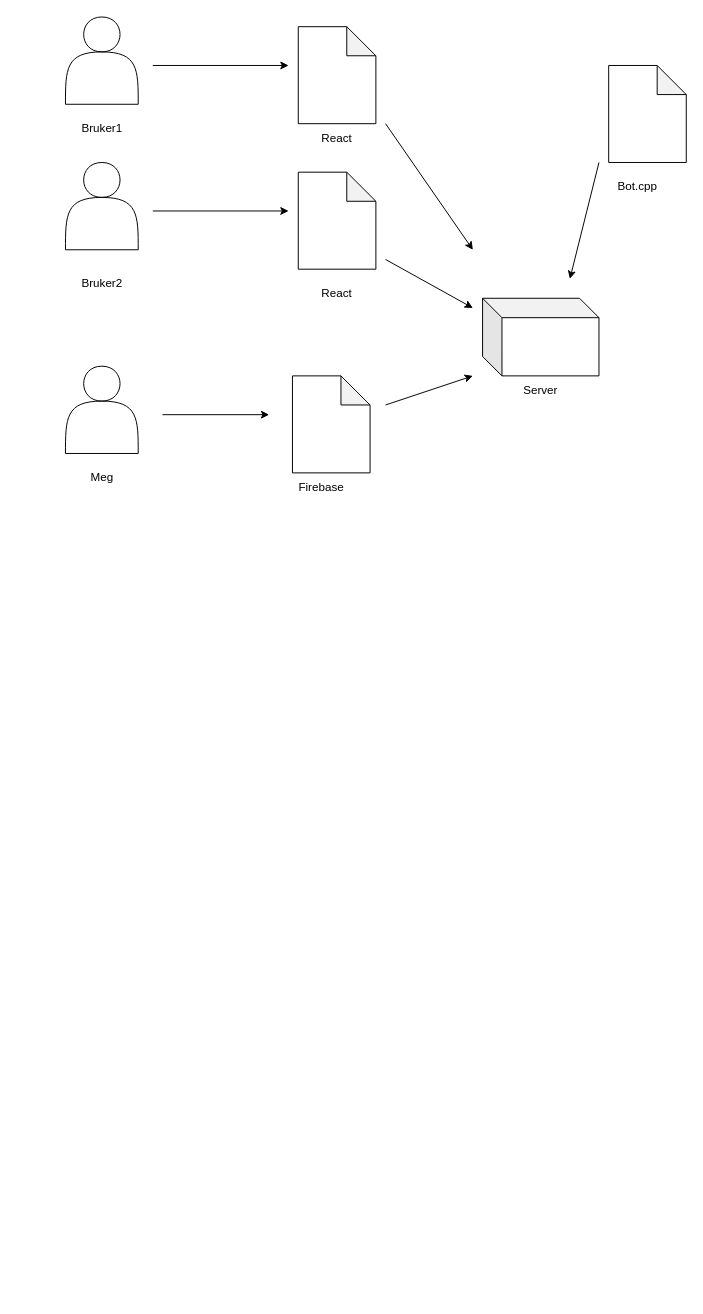
Above: first.drawio in Sikkabakka/drawing (draw.io), before the change. Source tidied: cells renumbered, new cells numbered last; positions are measured from the earlier drawing's top-left corner, leaving out a move shared by most shapes. Both pictures are drawn from the tidied source at 97%, with x=0, y=0 at pixel (65, 16).
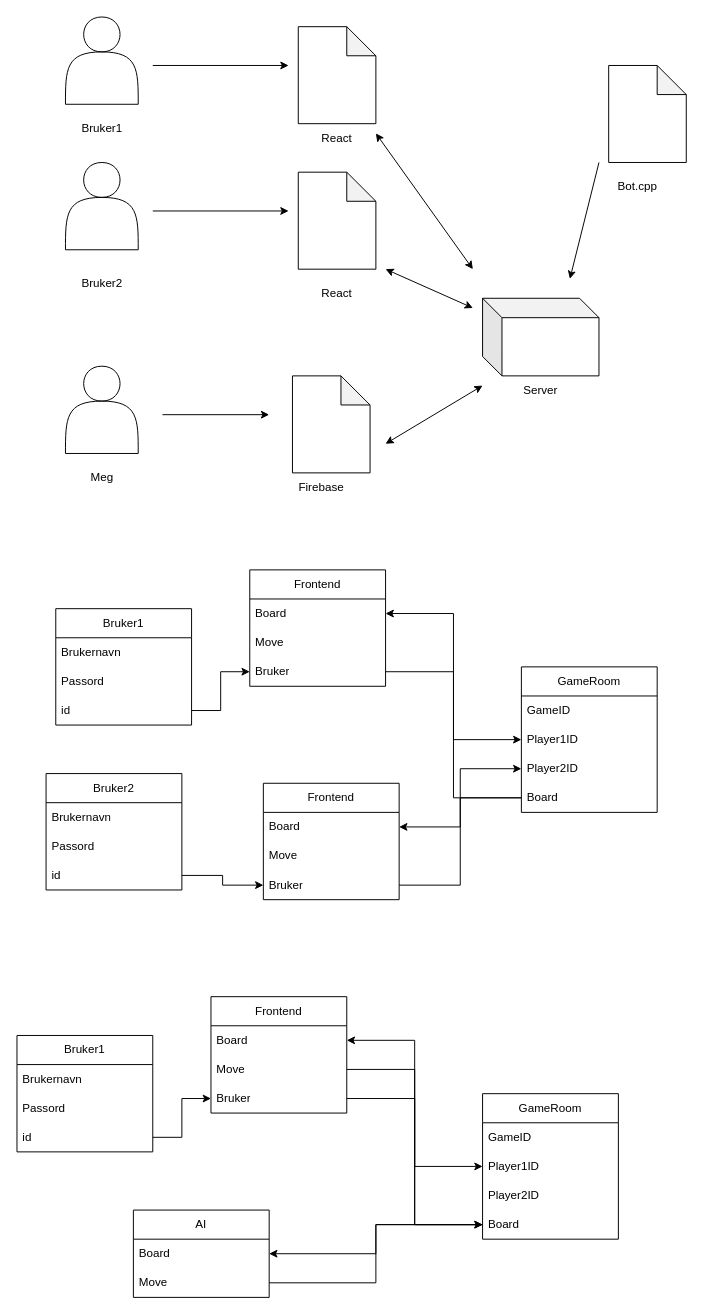
The same page after the edit.

Diff of the diagram source:
```diff
@@
-    <mxCell id="5" style="endArrow=classic;html=1;rounded=0;" parent="1" edge="1">
-      <mxGeometry relative="1" as="geometry">
-        <mxPoint x="330" y="250" as="sourcePoint" />
-        <mxPoint x="420" y="300" as="targetPoint" />
-      </mxGeometry>
-    </mxCell>
@@
-    <mxCell id="9" style="endArrow=classic;html=1;rounded=0;" parent="1" edge="1">
-      <mxGeometry relative="1" as="geometry">
-        <mxPoint x="330" y="400" as="sourcePoint" />
-        <mxPoint x="420" y="370" as="targetPoint" />
-      </mxGeometry>
-    </mxCell>
@@
-    <mxCell id="22" style="endArrow=classic;html=1;rounded=0;" parent="1" edge="1">
-      <mxGeometry relative="1" as="geometry">
-        <mxPoint x="330" y="110" as="sourcePoint" />
-        <mxPoint x="420" y="240" as="targetPoint" />
-      </mxGeometry>
-    </mxCell>
@@
+    <mxCell id="25" style="endArrow=classic;startArrow=classic;html=1;rounded=0;" parent="1" edge="1">
+      <mxGeometry relative="1" as="geometry">
+        <mxPoint x="320" y="120" as="sourcePoint" />
+        <mxPoint x="420" y="260" as="targetPoint" />
+      </mxGeometry>
+    </mxCell>
+    <mxCell id="26" style="endArrow=classic;startArrow=classic;html=1;rounded=0;" parent="1" edge="1">
+      <mxGeometry relative="1" as="geometry">
+        <mxPoint x="330" y="260" as="sourcePoint" />
+        <mxPoint x="420" y="300" as="targetPoint" />
+      </mxGeometry>
+    </mxCell>
+    <mxCell id="27" style="endArrow=classic;startArrow=classic;html=1;rounded=0;" parent="1" edge="1">
+      <mxGeometry relative="1" as="geometry">
+        <mxPoint x="330" y="440" as="sourcePoint" />
+        <mxPoint x="430" y="380" as="targetPoint" />
+      </mxGeometry>
+    </mxCell>
+    <mxCell id="28" value="Bruker1" style="swimlane;fontStyle=0;horizontal=1;startSize=30;whiteSpace=wrap;html=1;" parent="1" vertex="1">
+      <mxGeometry x="-10" y="610" width="140" height="120" as="geometry" />
+    </mxCell>
+    <mxCell id="29" value="Brukernavn" style="text;strokeColor=none;fillColor=none;align=left;verticalAlign=middle;spacingLeft=4;spacingRight=4;overflow=hidden;whiteSpace=wrap;html=1;" parent="28" vertex="1">
+      <mxGeometry y="30" width="140" height="30" as="geometry" />
+    </mxCell>
+    <mxCell id="30" value="Passord" style="text;strokeColor=none;fillColor=none;align=left;verticalAlign=middle;spacingLeft=4;spacingRight=4;overflow=hidden;whiteSpace=wrap;html=1;" parent="28" vertex="1">
+      <mxGeometry y="60" width="140" height="30" as="geometry" />
+    </mxCell>
+    <mxCell id="31" value="id" style="text;strokeColor=none;fillColor=none;align=left;verticalAlign=middle;spacingLeft=4;spacingRight=4;overflow=hidden;points=[[0,0.5],[1,0.5]];portConstraint=eastwest;whiteSpace=wrap;html=1;" parent="28" vertex="1">
+      <mxGeometry y="90" width="140" height="30" as="geometry" />
+    </mxCell>
+    <mxCell id="32" value="Bruker2" style="swimlane;fontStyle=0;horizontal=1;startSize=30;whiteSpace=wrap;html=1;" parent="1" vertex="1">
+      <mxGeometry x="-20" y="780" width="140" height="120" as="geometry" />
+    </mxCell>
+    <mxCell id="33" value="Brukernavn" style="text;strokeColor=none;fillColor=none;align=left;verticalAlign=middle;spacingLeft=4;spacingRight=4;overflow=hidden;whiteSpace=wrap;html=1;" parent="32" vertex="1">
+      <mxGeometry y="30" width="140" height="30" as="geometry" />
+    </mxCell>
+    <mxCell id="34" value="Passord" style="text;strokeColor=none;fillColor=none;align=left;verticalAlign=middle;spacingLeft=4;spacingRight=4;overflow=hidden;whiteSpace=wrap;html=1;" parent="32" vertex="1">
+      <mxGeometry y="60" width="140" height="30" as="geometry" />
+    </mxCell>
+    <mxCell id="35" value="id" style="text;strokeColor=none;fillColor=none;align=left;verticalAlign=middle;spacingLeft=4;spacingRight=4;overflow=hidden;points=[[0,0.5],[1,0.5]];portConstraint=eastwest;whiteSpace=wrap;html=1;" parent="32" vertex="1">
+      <mxGeometry y="90" width="140" height="30" as="geometry" />
+    </mxCell>
+    <mxCell id="36" value="GameRoom" style="swimlane;fontStyle=0;horizontal=1;startSize=30;whiteSpace=wrap;html=1;" parent="1" vertex="1">
+      <mxGeometry x="470" y="670" width="140" height="150" as="geometry" />
+    </mxCell>
+    <mxCell id="37" value="GameID" style="text;strokeColor=none;fillColor=none;align=left;verticalAlign=middle;spacingLeft=4;spacingRight=4;overflow=hidden;whiteSpace=wrap;html=1;" parent="36" vertex="1">
+      <mxGeometry y="30" width="140" height="30" as="geometry" />
+    </mxCell>
+    <mxCell id="38" value="Player1ID" style="text;strokeColor=none;fillColor=none;align=left;verticalAlign=middle;spacingLeft=4;spacingRight=4;overflow=hidden;points=[[0,0.5],[1,0.5]];portConstraint=eastwest;whiteSpace=wrap;html=1;" parent="36" vertex="1">
+      <mxGeometry y="60" width="140" height="30" as="geometry" />
+    </mxCell>
+    <mxCell id="39" value="Player2ID" style="text;strokeColor=none;fillColor=none;align=left;verticalAlign=middle;spacingLeft=4;spacingRight=4;overflow=hidden;points=[[0,0.5],[1,0.5]];portConstraint=eastwest;whiteSpace=wrap;html=1;" parent="36" vertex="1">
+      <mxGeometry y="90" width="140" height="30" as="geometry" />
+    </mxCell>
+    <mxCell id="40" value="Board" style="text;strokeColor=none;fillColor=none;align=left;verticalAlign=middle;spacingLeft=4;spacingRight=4;overflow=hidden;points=[[0,0.5],[1,0.5]];portConstraint=eastwest;whiteSpace=wrap;html=1;" parent="36" vertex="1">
+      <mxGeometry y="120" width="140" height="30" as="geometry" />
+    </mxCell>
+    <mxCell id="41" value="Frontend" style="swimlane;fontStyle=0;horizontal=1;startSize=30;whiteSpace=wrap;html=1;" parent="1" vertex="1">
+      <mxGeometry x="190" y="570" width="140" height="120" as="geometry" />
+    </mxCell>
+    <mxCell id="42" value="Board" style="text;strokeColor=none;fillColor=none;align=left;verticalAlign=middle;spacingLeft=4;spacingRight=4;overflow=hidden;points=[[0,0.5],[1,0.5]];portConstraint=eastwest;whiteSpace=wrap;html=1;" parent="41" vertex="1">
+      <mxGeometry y="30" width="140" height="30" as="geometry" />
+    </mxCell>
+    <mxCell id="43" value="Move" style="text;strokeColor=none;fillColor=none;align=left;verticalAlign=middle;spacingLeft=4;spacingRight=4;overflow=hidden;whiteSpace=wrap;html=1;" parent="41" vertex="1">
+      <mxGeometry y="60" width="140" height="30" as="geometry" />
+    </mxCell>
+    <mxCell id="44" value="Bruker" style="text;strokeColor=none;fillColor=none;align=left;verticalAlign=middle;spacingLeft=4;spacingRight=4;overflow=hidden;points=[[0,0.5],[1,0.5]];portConstraint=eastwest;whiteSpace=wrap;html=1;" parent="41" vertex="1">
+      <mxGeometry y="90" width="140" height="30" as="geometry" />
+    </mxCell>
+    <mxCell id="45" style="edgeStyle=orthogonalEdgeStyle;rounded=0;jettySize=auto;html=1;" parent="1" edge="1" source="31" target="44">
+      <mxGeometry relative="1" as="geometry" />
+    </mxCell>
+    <mxCell id="46" style="edgeStyle=orthogonalEdgeStyle;rounded=0;jettySize=auto;html=1;exitX=0;exitY=0.5;exitDx=0;exitDy=0;entryX=1;entryY=0.5;entryDx=0;entryDy=0;" parent="1" edge="1" source="40" target="42">
+      <mxGeometry relative="1" as="geometry" />
+    </mxCell>
+    <mxCell id="47" value="Frontend" style="swimlane;fontStyle=0;horizontal=1;startSize=30;whiteSpace=wrap;html=1;" parent="1" vertex="1">
+      <mxGeometry x="204" y="790" width="140" height="120" as="geometry" />
+    </mxCell>
+    <mxCell id="48" value="Board" style="text;strokeColor=none;fillColor=none;align=left;verticalAlign=middle;spacingLeft=4;spacingRight=4;overflow=hidden;points=[[0,0.5],[1,0.5]];portConstraint=eastwest;whiteSpace=wrap;html=1;" parent="47" vertex="1">
+      <mxGeometry y="30" width="140" height="30" as="geometry" />
+    </mxCell>
+    <mxCell id="49" value="Move" style="text;strokeColor=none;fillColor=none;align=left;verticalAlign=middle;spacingLeft=4;spacingRight=4;overflow=hidden;whiteSpace=wrap;html=1;" parent="47" vertex="1">
+      <mxGeometry y="60" width="140" height="30" as="geometry" />
+    </mxCell>
+    <mxCell id="50" value="Bruker" style="text;strokeColor=none;fillColor=none;align=left;verticalAlign=middle;spacingLeft=4;spacingRight=4;overflow=hidden;points=[[0,0.5],[1,0.5]];portConstraint=eastwest;whiteSpace=wrap;html=1;" parent="47" vertex="1">
+      <mxGeometry y="90" width="140" height="30" as="geometry" />
+    </mxCell>
+    <mxCell id="51" style="edgeStyle=orthogonalEdgeStyle;rounded=0;jettySize=auto;html=1;exitX=1;exitY=0.5;exitDx=0;exitDy=0;entryX=0;entryY=0.5;entryDx=0;entryDy=0;" parent="1" edge="1" source="35" target="50">
+      <mxGeometry relative="1" as="geometry" />
+    </mxCell>
+    <mxCell id="52" style="edgeStyle=orthogonalEdgeStyle;rounded=0;jettySize=auto;html=1;exitX=1;exitY=0.5;exitDx=0;exitDy=0;entryX=0;entryY=0.5;entryDx=0;entryDy=0;" parent="1" edge="1" source="44" target="38">
+      <mxGeometry relative="1" as="geometry" />
+    </mxCell>
+    <mxCell id="53" style="edgeStyle=orthogonalEdgeStyle;rounded=0;jettySize=auto;html=1;exitX=1;exitY=0.5;exitDx=0;exitDy=0;" parent="1" edge="1" source="50" target="39">
+      <mxGeometry relative="1" as="geometry" />
+    </mxCell>
+    <mxCell id="54" value="Bruker1" style="swimlane;fontStyle=0;horizontal=1;startSize=30;whiteSpace=wrap;html=1;" parent="1" vertex="1">
+      <mxGeometry x="-50" y="1050" width="140" height="120" as="geometry" />
+    </mxCell>
+    <mxCell id="55" value="Brukernavn" style="text;strokeColor=none;fillColor=none;align=left;verticalAlign=middle;spacingLeft=4;spacingRight=4;overflow=hidden;whiteSpace=wrap;html=1;" parent="54" vertex="1">
+      <mxGeometry y="30" width="140" height="30" as="geometry" />
+    </mxCell>
+    <mxCell id="56" value="Passord" style="text;strokeColor=none;fillColor=none;align=left;verticalAlign=middle;spacingLeft=4;spacingRight=4;overflow=hidden;whiteSpace=wrap;html=1;" parent="54" vertex="1">
+      <mxGeometry y="60" width="140" height="30" as="geometry" />
+    </mxCell>
+    <mxCell id="57" value="id" style="text;strokeColor=none;fillColor=none;align=left;verticalAlign=middle;spacingLeft=4;spacingRight=4;overflow=hidden;points=[[0,0.5],[1,0.5]];portConstraint=eastwest;whiteSpace=wrap;html=1;" parent="54" vertex="1">
+      <mxGeometry y="90" width="140" height="30" as="geometry" />
+    </mxCell>
+    <mxCell id="58" value="GameRoom" style="swimlane;fontStyle=0;horizontal=1;startSize=30;whiteSpace=wrap;html=1;" parent="1" vertex="1">
+      <mxGeometry x="430" y="1110" width="140" height="150" as="geometry" />
+    </mxCell>
+    <mxCell id="59" value="GameID" style="text;strokeColor=none;fillColor=none;align=left;verticalAlign=middle;spacingLeft=4;spacingRight=4;overflow=hidden;whiteSpace=wrap;html=1;" parent="58" vertex="1">
+      <mxGeometry y="30" width="140" height="30" as="geometry" />
+    </mxCell>
+    <mxCell id="60" value="Player1ID" style="text;strokeColor=none;fillColor=none;align=left;verticalAlign=middle;spacingLeft=4;spacingRight=4;overflow=hidden;points=[[0,0.5],[1,0.5]];portConstraint=eastwest;whiteSpace=wrap;html=1;" parent="58" vertex="1">
+      <mxGeometry y="60" width="140" height="30" as="geometry" />
+    </mxCell>
+    <mxCell id="61" value="Player2ID" style="text;strokeColor=none;fillColor=none;align=left;verticalAlign=middle;spacingLeft=4;spacingRight=4;overflow=hidden;whiteSpace=wrap;html=1;" parent="58" vertex="1">
+      <mxGeometry y="90" width="140" height="30" as="geometry" />
+    </mxCell>
+    <mxCell id="62" value="Board" style="text;strokeColor=none;fillColor=none;align=left;verticalAlign=middle;spacingLeft=4;spacingRight=4;overflow=hidden;points=[[0,0.5],[1,0.5]];portConstraint=eastwest;whiteSpace=wrap;html=1;" parent="58" vertex="1">
+      <mxGeometry y="120" width="140" height="30" as="geometry" />
+    </mxCell>
+    <mxCell id="63" value="Frontend" style="swimlane;fontStyle=0;horizontal=1;startSize=30;whiteSpace=wrap;html=1;" parent="1" vertex="1">
+      <mxGeometry x="150" y="1010" width="140" height="120" as="geometry" />
+    </mxCell>
+    <mxCell id="64" value="Board" style="text;strokeColor=none;fillColor=none;align=left;verticalAlign=middle;spacingLeft=4;spacingRight=4;overflow=hidden;points=[[0,0.5],[1,0.5]];portConstraint=eastwest;whiteSpace=wrap;html=1;" parent="63" vertex="1">
+      <mxGeometry y="30" width="140" height="30" as="geometry" />
+    </mxCell>
+    <mxCell id="65" value="Move" style="text;strokeColor=none;fillColor=none;align=left;verticalAlign=middle;spacingLeft=4;spacingRight=4;overflow=hidden;points=[[0,0.5],[1,0.5]];portConstraint=eastwest;whiteSpace=wrap;html=1;" parent="63" vertex="1">
+      <mxGeometry y="60" width="140" height="30" as="geometry" />
+    </mxCell>
+    <mxCell id="66" value="Bruker" style="text;strokeColor=none;fillColor=none;align=left;verticalAlign=middle;spacingLeft=4;spacingRight=4;overflow=hidden;points=[[0,0.5],[1,0.5]];portConstraint=eastwest;whiteSpace=wrap;html=1;" parent="63" vertex="1">
+      <mxGeometry y="90" width="140" height="30" as="geometry" />
+    </mxCell>
+    <mxCell id="67" style="edgeStyle=orthogonalEdgeStyle;rounded=0;jettySize=auto;html=1;" parent="1" edge="1" source="57" target="66">
+      <mxGeometry relative="1" as="geometry" />
+    </mxCell>
+    <mxCell id="68" style="edgeStyle=orthogonalEdgeStyle;rounded=0;jettySize=auto;html=1;exitX=0;exitY=0.5;exitDx=0;exitDy=0;entryX=1;entryY=0.5;entryDx=0;entryDy=0;" parent="1" edge="1" source="62" target="64">
+      <mxGeometry relative="1" as="geometry" />
+    </mxCell>
+    <mxCell id="69" style="edgeStyle=orthogonalEdgeStyle;rounded=0;jettySize=auto;html=1;exitX=1;exitY=0.5;exitDx=0;exitDy=0;entryX=0;entryY=0.5;entryDx=0;entryDy=0;" parent="1" edge="1" source="66" target="60">
+      <mxGeometry relative="1" as="geometry" />
+    </mxCell>
+    <mxCell id="70" value="AI" style="swimlane;fontStyle=0;horizontal=1;startSize=30;whiteSpace=wrap;html=1;" parent="1" vertex="1">
+      <mxGeometry x="70" y="1230" width="140" height="90" as="geometry" />
+    </mxCell>
+    <mxCell id="71" value="Board" style="text;strokeColor=none;fillColor=none;align=left;verticalAlign=middle;spacingLeft=4;spacingRight=4;overflow=hidden;points=[[0,0.5],[1,0.5]];portConstraint=eastwest;whiteSpace=wrap;html=1;" parent="70" vertex="1">
+      <mxGeometry y="30" width="140" height="30" as="geometry" />
+    </mxCell>
+    <mxCell id="72" value="Move" style="text;strokeColor=none;fillColor=none;align=left;verticalAlign=middle;spacingLeft=4;spacingRight=4;overflow=hidden;points=[[0,0.5],[1,0.5]];portConstraint=eastwest;whiteSpace=wrap;html=1;" parent="70" vertex="1">
+      <mxGeometry y="60" width="140" height="30" as="geometry" />
+    </mxCell>
+    <mxCell id="73" style="edgeStyle=orthogonalEdgeStyle;rounded=0;jettySize=auto;html=1;exitX=0;exitY=0.5;exitDx=0;exitDy=0;entryX=1;entryY=0.5;entryDx=0;entryDy=0;" parent="1" edge="1" source="62" target="71">
+      <mxGeometry relative="1" as="geometry" />
+    </mxCell>
+    <mxCell id="74" style="edgeStyle=orthogonalEdgeStyle;rounded=0;jettySize=auto;html=1;exitX=1;exitY=0.5;exitDx=0;exitDy=0;" parent="1" edge="1" source="72" target="62">
+      <mxGeometry relative="1" as="geometry" />
+    </mxCell>
+    <mxCell id="75" style="edgeStyle=orthogonalEdgeStyle;rounded=0;jettySize=auto;html=1;exitX=1;exitY=0.5;exitDx=0;exitDy=0;" parent="1" edge="1" source="65" target="62">
+      <mxGeometry relative="1" as="geometry" />
+    </mxCell>
+    <mxCell id="76" style="edgeStyle=orthogonalEdgeStyle;rounded=0;jettySize=auto;html=1;exitX=0;exitY=0.5;exitDx=0;exitDy=0;entryX=1;entryY=0.5;entryDx=0;entryDy=0;" parent="1" edge="1" source="40" target="48">
+      <mxGeometry relative="1" as="geometry" />
+    </mxCell>
```
